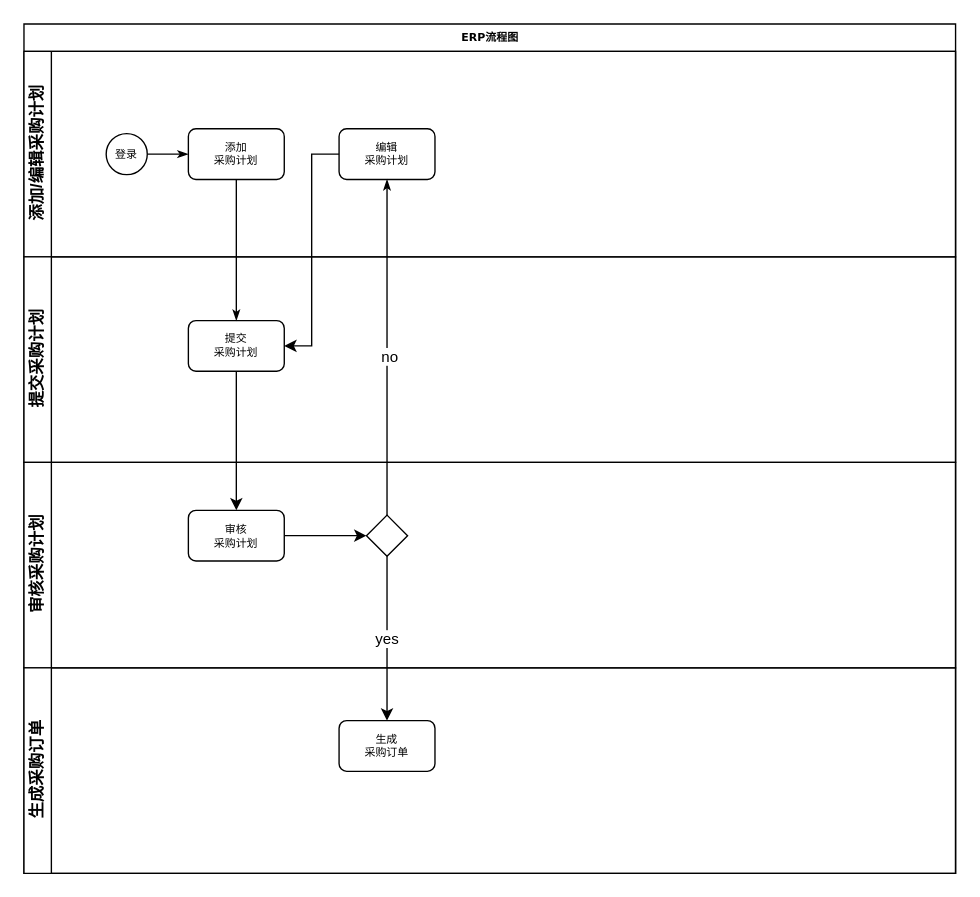
Before: 未命名绘图.drawio in kzyudehao/test, a draw.io diagram. Source tidied: cells renumbered, new cells numbered last; positions are measured from the earlier drawing's top-left corner, leaving out a move shared by most shapes. Both pictures are drawn from the tidied source at 137%, with x=0, y=0 at pixel (23, 23).
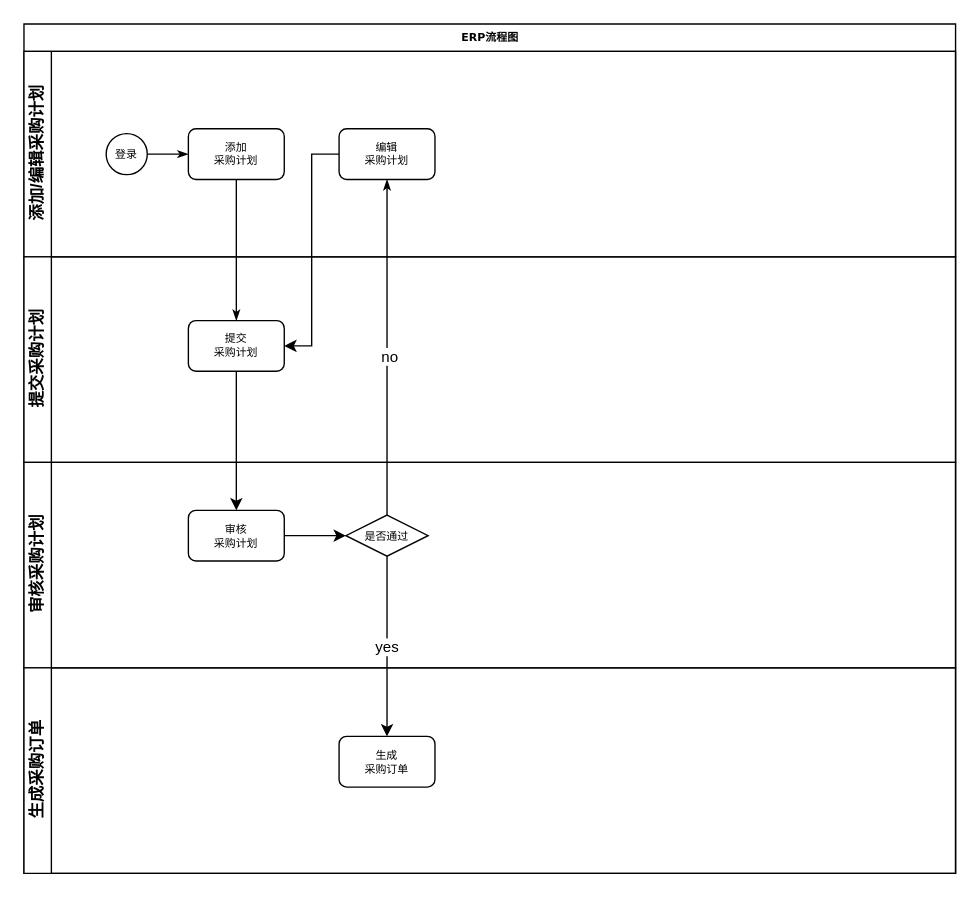
After the change.

Commit message:
更新未命名绘图.drawio

Unchanged cells that the change refers to:
```xml
<mxCell id="10" value="审核采购计划" style="swimlane;html=1;startSize=20;horizontal=0;" parent="2" vertex="1">
  <mxGeometry y="320" width="680" height="150" as="geometry" />
</mxCell>
<mxCell id="14" value="生成采购订单" style="swimlane;html=1;startSize=20;horizontal=0;" parent="2" vertex="1">
  <mxGeometry y="470" width="680" height="150" as="geometry" />
</mxCell>
```

What changed in the source:
```diff
@@
-    <mxCell id="13" style="strokeWidth=1;html=1;shape=mxgraph.flowchart.decision;whiteSpace=wrap;rounded=1;shadow=0;labelBackgroundColor=none;fontFamily=Verdana;fontSize=8;align=center;" parent="10" vertex="1">
-      <mxGeometry x="250" y="38.5" width="30" height="30" as="geometry" />
+    <mxCell id="13" value="是否通过" style="strokeWidth=1;html=1;shape=mxgraph.flowchart.decision;whiteSpace=wrap;rounded=1;shadow=0;labelBackgroundColor=none;fontFamily=Verdana;fontSize=8;align=center;" parent="10" vertex="1">
+      <mxGeometry x="235" y="38.5" width="60" height="30" as="geometry" />
     </mxCell>
@@
     <mxCell id="15" value="生成&lt;br&gt;采购订单" style="rounded=1;whiteSpace=wrap;html=1;shadow=0;labelBackgroundColor=none;strokeWidth=1;fontFamily=Verdana;fontSize=8;align=center;" parent="14" vertex="1">
-      <mxGeometry x="230" y="38.5" width="70" height="37" as="geometry" />
+      <mxGeometry x="230" y="50" width="70" height="37" as="geometry" />
     </mxCell>
```
